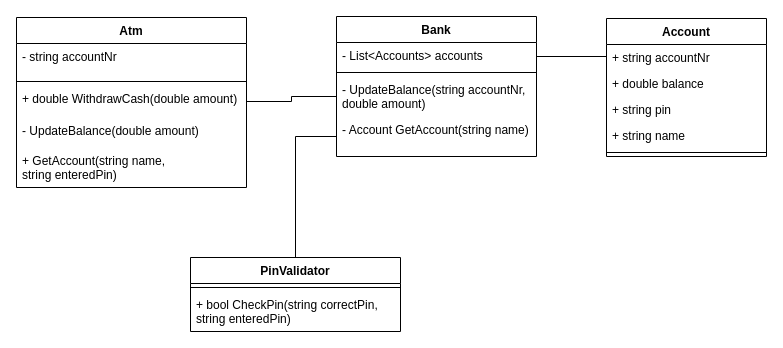
This is Dokumentation/ClassDiagram.drawio from NansyT/Atm, a draw.io file, before an edit. Source tidied: cells renumbered, new cells numbered last; positions are measured from the earlier drawing's top-left corner, leaving out a move shared by most shapes. Both pictures are drawn from the tidied source at 100%, with x=0, y=0 at pixel (16, 16).
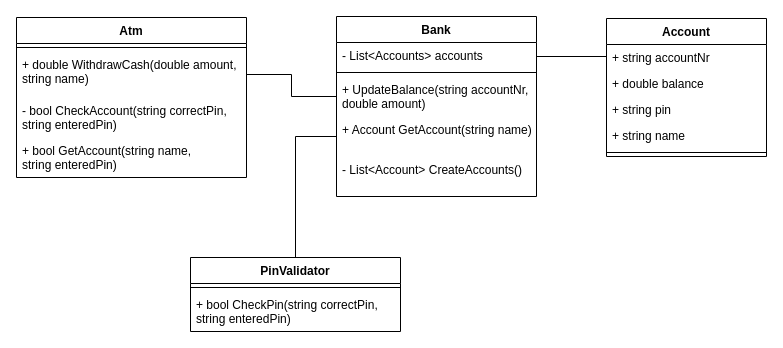
After the change.

The edit, as a diff of the source:
```diff
@@
     <mxCell id="2" value="Atm" style="swimlane;fontStyle=1;align=center;verticalAlign=top;horizontal=1;startSize=26;" parent="1" vertex="1">
-      <mxGeometry y="1" width="230" height="170" as="geometry" />
+      <mxGeometry y="1" width="230" height="160" as="geometry" />
     </mxCell>
-    <mxCell id="3" value="- string accountNr" style="text;strokeColor=none;fillColor=none;align=left;verticalAlign=top;spacingLeft=4;spacingRight=4;overflow=hidden;" parent="2" vertex="1">
-      <mxGeometry y="26" width="230" height="34" as="geometry" />
-    </mxCell>
     <mxCell id="4" style="line;strokeWidth=1;fillColor=none;align=left;verticalAlign=middle;spacingTop=-1;spacingLeft=3;spacingRight=3;labelPosition=right;" parent="2" vertex="1">
-      <mxGeometry y="60" width="230" height="8" as="geometry" />
+      <mxGeometry y="26" width="230" height="8" as="geometry" />
     </mxCell>
-    <mxCell id="5" value="+ double WithdrawCash(double amount)" style="text;strokeColor=none;fillColor=none;align=left;verticalAlign=top;spacingLeft=4;spacingRight=4;overflow=hidden;points=[[0,0.5],[1,0.5]];portConstraint=eastwest;" parent="2" vertex="1">
-      <mxGeometry y="68" width="230" height="32" as="geometry" />
+    <mxCell id="5" value="+ double WithdrawCash(double amount,&#10;string name)" style="text;strokeColor=none;fillColor=none;align=left;verticalAlign=top;spacingLeft=4;spacingRight=4;overflow=hidden;points=[[0,0.5],[1,0.5]];portConstraint=eastwest;" parent="2" vertex="1">
+      <mxGeometry y="34" width="230" height="46" as="geometry" />
     </mxCell>
-    <mxCell id="6" value="- UpdateBalance(double amount)" style="text;strokeColor=none;fillColor=none;align=left;verticalAlign=top;spacingLeft=4;spacingRight=4;overflow=hidden;" parent="2" vertex="1">
-      <mxGeometry y="100" width="230" height="30" as="geometry" />
+    <mxCell id="6" value="- bool CheckAccount(string correctPin, &#10;string enteredPin)" style="text;strokeColor=none;fillColor=none;align=left;verticalAlign=top;spacingLeft=4;spacingRight=4;overflow=hidden;" parent="2" vertex="1">
+      <mxGeometry y="80" width="230" height="40" as="geometry" />
     </mxCell>
-    <mxCell id="7" value="+ GetAccount(string name,&#10;string enteredPin)" style="text;strokeColor=none;fillColor=none;align=left;verticalAlign=top;spacingLeft=4;spacingRight=4;overflow=hidden;" parent="2" vertex="1">
-      <mxGeometry y="130" width="230" height="40" as="geometry" />
+    <mxCell id="7" value="+ bool GetAccount(string name,&#10;string enteredPin)" style="text;strokeColor=none;fillColor=none;align=left;verticalAlign=top;spacingLeft=4;spacingRight=4;overflow=hidden;" parent="2" vertex="1">
+      <mxGeometry y="120" width="230" height="40" as="geometry" />
     </mxCell>
@@
     <mxCell id="18" value="Bank" style="swimlane;fontStyle=1;align=center;verticalAlign=top;horizontal=1;startSize=26;" parent="1" vertex="1">
-      <mxGeometry x="320" width="200" height="140" as="geometry" />
+      <mxGeometry x="320" width="200" height="180" as="geometry" />
     </mxCell>
@@
-    <mxCell id="21" value="- UpdateBalance(string accountNr,&#10;double amount)" style="text;strokeColor=none;fillColor=none;align=left;verticalAlign=top;spacingLeft=4;spacingRight=4;overflow=hidden;points=[[0,0.5],[1,0.5]];portConstraint=eastwest;" parent="18" vertex="1">
+    <mxCell id="21" value="+ UpdateBalance(string accountNr,&#10;double amount)" style="text;strokeColor=none;fillColor=none;align=left;verticalAlign=top;spacingLeft=4;spacingRight=4;overflow=hidden;points=[[0,0.5],[1,0.5]];portConstraint=eastwest;" parent="18" vertex="1">
       <mxGeometry y="60" width="200" height="40" as="geometry" />
     </mxCell>
-    <mxCell id="22" value="- Account GetAccount(string name)" style="text;strokeColor=none;fillColor=none;align=left;verticalAlign=top;spacingLeft=4;spacingRight=4;overflow=hidden;points=[[0,0.5],[1,0.5]];portConstraint=eastwest;" parent="18" vertex="1">
+    <mxCell id="22" value="+ Account GetAccount(string name)" style="text;strokeColor=none;fillColor=none;align=left;verticalAlign=top;spacingLeft=4;spacingRight=4;overflow=hidden;points=[[0,0.5],[1,0.5]];portConstraint=eastwest;" parent="18" vertex="1">
       <mxGeometry y="100" width="200" height="40" as="geometry" />
     </mxCell>
+    <mxCell id="25" value="- List&lt;Account&gt; CreateAccounts()" style="text;strokeColor=none;fillColor=none;align=left;verticalAlign=top;spacingLeft=4;spacingRight=4;overflow=hidden;" parent="18" vertex="1">
+      <mxGeometry y="140" width="200" height="40" as="geometry" />
+    </mxCell>
```
